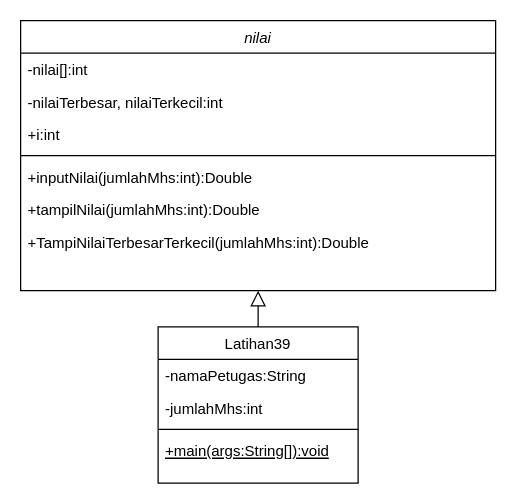
Earlier version of the draw.io diagram Latihan39.drawio (muhammadfauzanfadhlulbarr/PBO10K-10119176-Latihan-39-Nilai-Terbesar-dan-Terkecil). Source tidied: cells renumbered, new cells numbered last; positions are measured from the earlier drawing's top-left corner, leaving out a move shared by most shapes. Both pictures are drawn from the tidied source at 125%, with x=0, y=0 at pixel (20, 20).
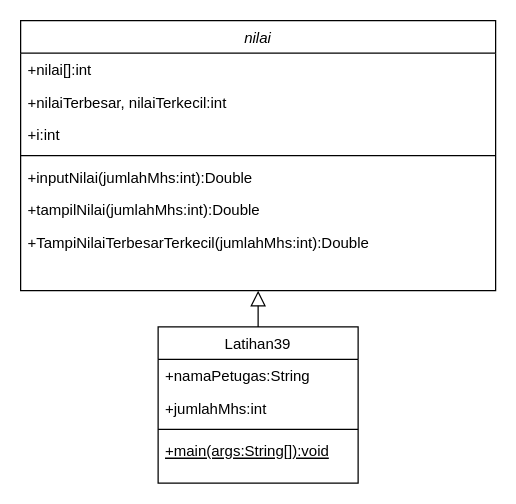
The same diagram, later.

Change to the diagram source:
```diff
@@
 <mxGraphModel>
   <root>
     <mxCell id="0" />
     <mxCell id="1" parent="0" />
     <mxCell id="2" value="nilai" style="swimlane;fontStyle=2;align=center;verticalAlign=top;horizontal=1;startSize=26;rounded=0;shadow=0;strokeWidth=1;" parent="1" vertex="1">
       <mxGeometry width="380" height="216" as="geometry" />
     </mxCell>
-    <mxCell id="3" value="-nilai[]:int" style="text;align=left;verticalAlign=top;spacingLeft=4;spacingRight=4;overflow=hidden;" parent="2" vertex="1">
+    <mxCell id="3" value="+nilai[]:int" style="text;align=left;verticalAlign=top;spacingLeft=4;spacingRight=4;overflow=hidden;" parent="2" vertex="1">
       <mxGeometry y="26" width="380" height="26" as="geometry" />
     </mxCell>
-    <mxCell id="4" value="-nilaiTerbesar, nilaiTerkecil:int" style="text;align=left;verticalAlign=top;spacingLeft=4;spacingRight=4;overflow=hidden;" parent="2" vertex="1">
+    <mxCell id="4" value="+nilaiTerbesar, nilaiTerkecil:int" style="text;align=left;verticalAlign=top;spacingLeft=4;spacingRight=4;overflow=hidden;" parent="2" vertex="1">
       <mxGeometry y="52" width="380" height="26" as="geometry" />
     </mxCell>
     <mxCell id="5" value="+i:int" style="text;align=left;verticalAlign=top;spacingLeft=4;spacingRight=4;overflow=hidden;" parent="2" vertex="1">
       <mxGeometry y="78" width="380" height="26" as="geometry" />
     </mxCell>
     <mxCell id="6" style="line;html=1;strokeWidth=1;align=left;verticalAlign=middle;spacingTop=-1;spacingLeft=3;spacingRight=3;labelPosition=right;" parent="2" vertex="1">
       <mxGeometry y="104" width="380" height="8" as="geometry" />
     </mxCell>
     <mxCell id="7" value="+inputNilai(jumlahMhs:int):Double" style="text;align=left;verticalAlign=top;spacingLeft=4;spacingRight=4;overflow=hidden;" parent="2" vertex="1">
       <mxGeometry y="112" width="380" height="26" as="geometry" />
     </mxCell>
     <mxCell id="8" value="+tampilNilai(jumlahMhs:int):Double" style="text;align=left;verticalAlign=top;spacingLeft=4;spacingRight=4;overflow=hidden;" parent="2" vertex="1">
       <mxGeometry y="138" width="380" height="26" as="geometry" />
     </mxCell>
     <mxCell id="9" value="+TampiNilaiTerbesarTerkecil(jumlahMhs:int):Double" style="text;align=left;verticalAlign=top;spacingLeft=4;spacingRight=4;overflow=hidden;" parent="2" vertex="1">
       <mxGeometry y="164" width="380" height="26" as="geometry" />
     </mxCell>
     <mxCell id="10" value="Latihan39" style="swimlane;fontStyle=0;align=center;verticalAlign=top;horizontal=1;startSize=26;rounded=0;shadow=0;strokeWidth=1;" parent="1" vertex="1">
       <mxGeometry x="110" y="245" width="160" height="125" as="geometry" />
     </mxCell>
-    <mxCell id="11" value="-namaPetugas:String" style="text;align=left;verticalAlign=top;spacingLeft=4;spacingRight=4;overflow=hidden;" parent="10" vertex="1">
+    <mxCell id="11" value="+namaPetugas:String" style="text;align=left;verticalAlign=top;spacingLeft=4;spacingRight=4;overflow=hidden;" parent="10" vertex="1">
       <mxGeometry y="26" width="160" height="26" as="geometry" />
     </mxCell>
-    <mxCell id="12" value="-jumlahMhs:int" style="text;align=left;verticalAlign=top;spacingLeft=4;spacingRight=4;overflow=hidden;rounded=0;shadow=0;html=0;" parent="10" vertex="1">
+    <mxCell id="12" value="+jumlahMhs:int" style="text;align=left;verticalAlign=top;spacingLeft=4;spacingRight=4;overflow=hidden;rounded=0;shadow=0;html=0;" parent="10" vertex="1">
       <mxGeometry y="52" width="160" height="26" as="geometry" />
     </mxCell>
     <mxCell id="13" style="line;html=1;strokeWidth=1;align=left;verticalAlign=middle;spacingTop=-1;spacingLeft=3;spacingRight=3;labelPosition=right;" parent="10" vertex="1">
       <mxGeometry y="78" width="160" height="8" as="geometry" />
     </mxCell>
     <mxCell id="14" value="+main(args:String[]):void" style="text;align=left;verticalAlign=top;spacingLeft=4;spacingRight=4;overflow=hidden;fontStyle=4;" parent="10" vertex="1">
       <mxGeometry y="86" width="160" height="18" as="geometry" />
     </mxCell>
     <mxCell id="15" style="endArrow=block;endSize=10;endFill=0;shadow=0;strokeWidth=1;rounded=0;edgeStyle=elbowEdgeStyle;elbow=vertical;" parent="1" edge="1" source="10" target="2">
       <mxGeometry relative="1" as="geometry" />
     </mxCell>
   </root>
 </mxGraphModel>
```
